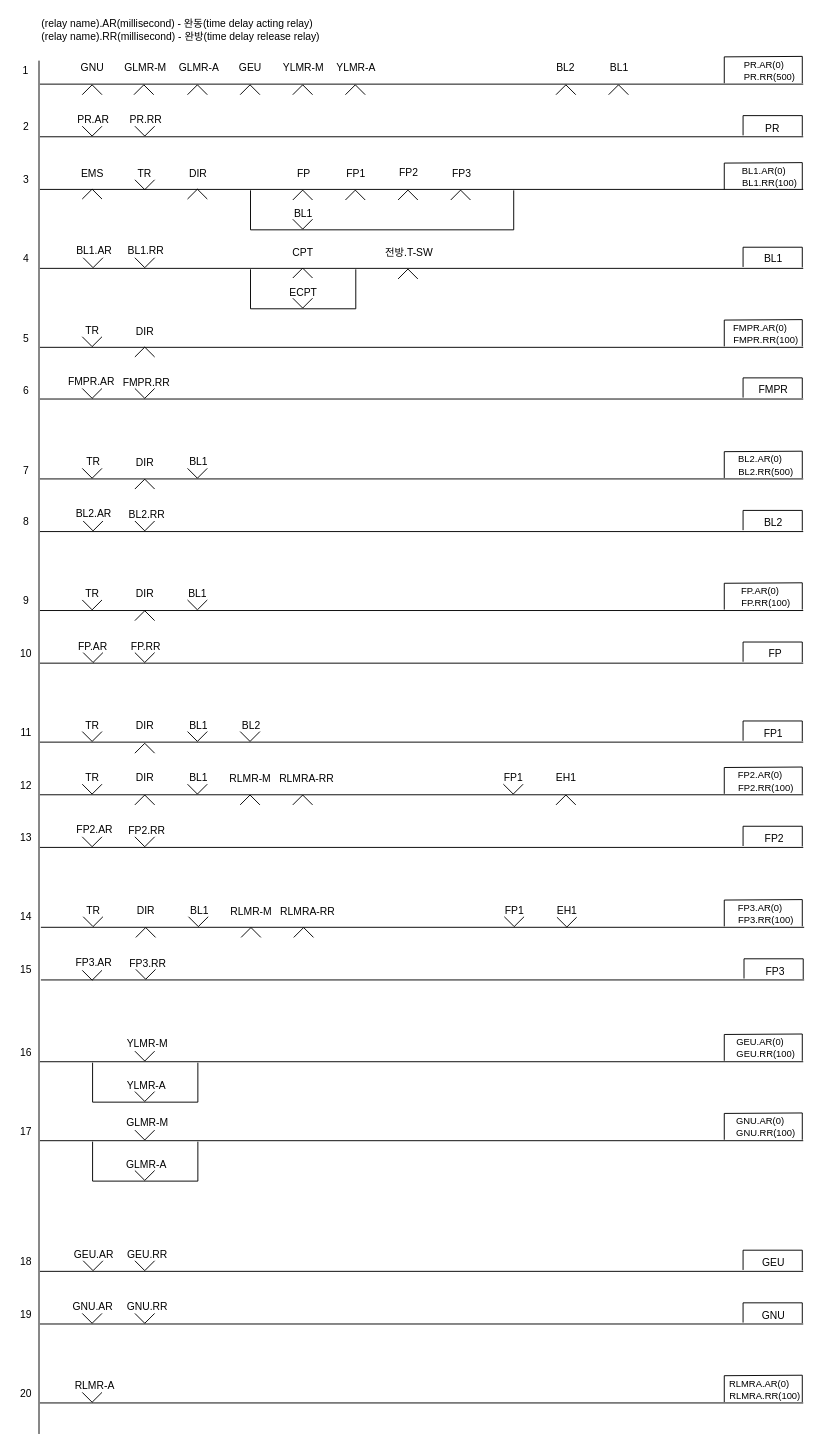
This is page "신호제어로직(최종)" (1 of 8) of Signal/33Display-Signal-Control-Logic.drawio from chillin2/MyDraw.io, a draw.io file, before an edit. Source tidied: cells renumbered, new cells numbered last; positions are measured from the earlier drawing's top-left corner, leaving out a move shared by most shapes. Both pictures are drawn from the tidied source at 94%, with x=0, y=0 at pixel (16, 16).
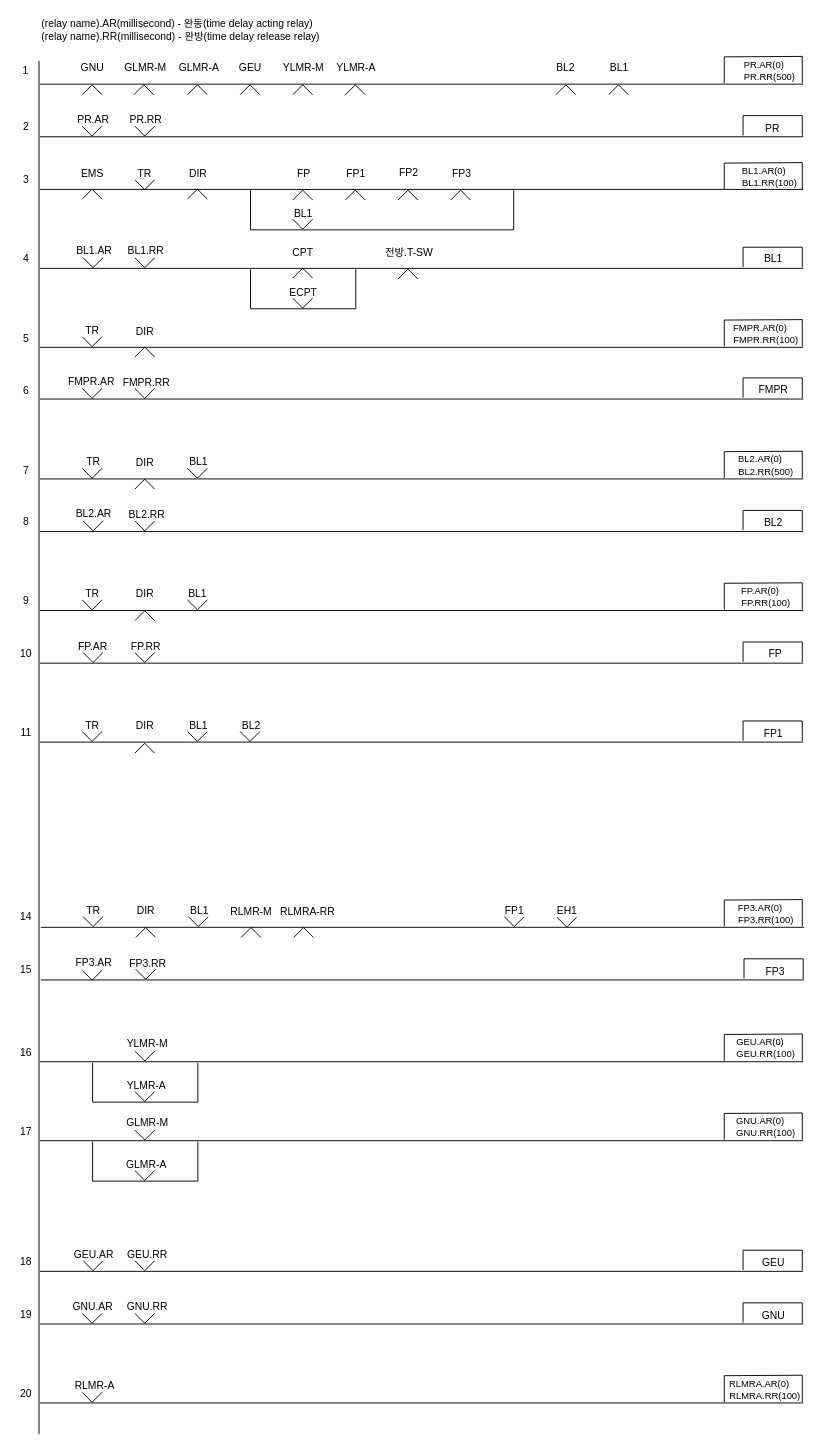
Above is the later version.

Change to the diagram source:
```diff
@@
-    <mxCell id="52" value="TR" style="text;html=1;strokeColor=none;fillColor=none;align=center;verticalAlign=middle;whiteSpace=wrap;rounded=0;fontFamily=Helvetica;fontSize=11;fontColor=default;" parent="1" vertex="1">
-      <mxGeometry x="61" y="805" width="40" height="9" as="geometry" />
-    </mxCell>
-    <mxCell id="53" value="DIR" style="text;html=1;strokeColor=none;fillColor=none;align=center;verticalAlign=middle;whiteSpace=wrap;rounded=0;fontFamily=Helvetica;fontSize=11;fontColor=default;" parent="1" vertex="1">
-      <mxGeometry x="117" y="806" width="40" height="8" as="geometry" />
-    </mxCell>
-    <mxCell id="54" value="FP2.RR" style="text;html=1;strokeColor=none;fillColor=none;align=center;verticalAlign=middle;whiteSpace=wrap;rounded=0;fontFamily=Helvetica;fontSize=11;fontColor=default;" parent="1" vertex="1">
-      <mxGeometry x="119" y="861" width="40" height="9" as="geometry" />
-    </mxCell>
-    <mxCell id="55" value="FP2" style="text;html=1;strokeColor=none;fillColor=none;align=center;verticalAlign=middle;whiteSpace=wrap;rounded=0;fontFamily=Helvetica;fontSize=11;fontColor=default;" parent="1" vertex="1">
-      <mxGeometry x="783" y="868" width="47" height="13" as="geometry" />
-    </mxCell>
-    <mxCell id="56" value="FP2.AR" style="text;html=1;strokeColor=none;fillColor=none;align=center;verticalAlign=middle;whiteSpace=wrap;rounded=0;fontFamily=Helvetica;fontSize=11;fontColor=default;" parent="1" vertex="1">
-      <mxGeometry x="60" y="861" width="47" height="8" as="geometry" />
-    </mxCell>
-    <mxCell id="57" value="BL1" style="text;html=1;strokeColor=none;fillColor=none;align=center;verticalAlign=middle;whiteSpace=wrap;rounded=0;fontFamily=Helvetica;fontSize=11;fontColor=default;" parent="1" vertex="1">
-      <mxGeometry x="174" y="805" width="40" height="10" as="geometry" />
-    </mxCell>
-    <mxCell id="58" value="RLMR-M" style="text;html=1;strokeColor=none;fillColor=none;align=center;verticalAlign=middle;whiteSpace=wrap;rounded=0;fontFamily=Helvetica;fontSize=11;fontColor=default;" parent="1" vertex="1">
-      <mxGeometry x="223" y="806" width="52" height="9" as="geometry" />
-    </mxCell>
-    <mxCell id="59" value="RLMRA-RR" style="text;html=1;strokeColor=none;fillColor=none;align=center;verticalAlign=middle;whiteSpace=wrap;rounded=0;fontFamily=Helvetica;fontSize=11;fontColor=default;" parent="1" vertex="1">
-      <mxGeometry x="275" y="806" width="68" height="9" as="geometry" />
-    </mxCell>
-    <mxCell id="60" value="FP1" style="text;html=1;strokeColor=none;fillColor=none;align=center;verticalAlign=middle;whiteSpace=wrap;rounded=0;fontFamily=Helvetica;fontSize=11;fontColor=default;" parent="1" vertex="1">
-      <mxGeometry x="509" y="805" width="40" height="9" as="geometry" />
-    </mxCell>
-    <mxCell id="61" value="EH1" style="text;html=1;strokeColor=none;fillColor=none;align=center;verticalAlign=middle;whiteSpace=wrap;rounded=0;fontFamily=Helvetica;fontSize=11;fontColor=default;" parent="1" vertex="1">
-      <mxGeometry x="565" y="806" width="40" height="8" as="geometry" />
-    </mxCell>
@@
-    <mxCell id="121" style="endArrow=none;html=1;rounded=0;" parent="1" edge="1">
-      <mxGeometry relative="1" as="geometry">
-        <mxPoint x="25" y="828" as="sourcePoint" />
-        <mxPoint x="837" y="828" as="targetPoint" />
-      </mxGeometry>
-    </mxCell>
-    <mxCell id="122" style="verticalLabelPosition=bottom;html=1;verticalAlign=top;align=center;shape=mxgraph.floorplan.windowBow;strokeWidth=1;fontSize=11;direction=east;" parent="1" vertex="1">
-      <mxGeometry x="70" y="816.5" width="21" height="11" as="geometry" />
-    </mxCell>
-    <mxCell id="123" style="verticalLabelPosition=bottom;html=1;verticalAlign=top;align=center;shape=mxgraph.floorplan.windowBow;strokeWidth=1;fontSize=11;direction=west;" parent="1" vertex="1">
-      <mxGeometry x="126" y="828" width="21" height="11" as="geometry" />
-    </mxCell>
-    <mxCell id="124" style="verticalLabelPosition=bottom;html=1;verticalAlign=top;align=center;shape=mxgraph.floorplan.windowBow;strokeWidth=1;fontSize=11;direction=east;" parent="1" vertex="1">
-      <mxGeometry x="182" y="816.5" width="21" height="11" as="geometry" />
-    </mxCell>
-    <mxCell id="125" style="verticalLabelPosition=bottom;html=1;verticalAlign=top;align=center;shape=mxgraph.floorplan.windowBow;strokeWidth=1;fontSize=11;direction=west;" parent="1" vertex="1">
-      <mxGeometry x="238" y="828" width="21" height="11" as="geometry" />
-    </mxCell>
-    <mxCell id="126" style="verticalLabelPosition=bottom;html=1;verticalAlign=top;align=center;shape=mxgraph.floorplan.windowBow;strokeWidth=1;fontSize=11;direction=west;" parent="1" vertex="1">
-      <mxGeometry x="294" y="828" width="21" height="11" as="geometry" />
-    </mxCell>
-    <mxCell id="127" style="verticalLabelPosition=bottom;html=1;verticalAlign=top;align=center;shape=mxgraph.floorplan.windowBow;strokeWidth=1;fontSize=11;direction=east;" parent="1" vertex="1">
-      <mxGeometry x="518" y="816.5" width="21" height="11" as="geometry" />
-    </mxCell>
-    <mxCell id="128" style="verticalLabelPosition=bottom;html=1;verticalAlign=top;align=center;shape=mxgraph.floorplan.windowBow;strokeWidth=1;fontSize=11;direction=west;" parent="1" vertex="1">
-      <mxGeometry x="574" y="828" width="21" height="11" as="geometry" />
-    </mxCell>
-    <mxCell id="129" style="endArrow=none;html=1;rounded=0;" parent="1" edge="1">
-      <mxGeometry relative="1" as="geometry">
-        <mxPoint x="25" y="884" as="sourcePoint" />
-        <mxPoint x="837" y="884" as="targetPoint" />
-      </mxGeometry>
-    </mxCell>
-    <mxCell id="130" style="endArrow=none;html=1;rounded=0;labelBackgroundColor=default;fontFamily=Helvetica;fontSize=11;fontColor=default;startSize=3;endSize=3;sourcePerimeterSpacing=0;strokeColor=default;shape=connector;jumpStyle=none;jumpSize=6;" parent="1" edge="1">
-      <mxGeometry relative="1" as="geometry">
-        <mxPoint x="773" y="882.5" as="sourcePoint" />
-        <mxPoint x="836" y="883" as="targetPoint" />
-        <Array as="points">
-          <mxPoint x="773" y="861.5" />
-          <mxPoint x="836" y="861.5" />
-        </Array>
-      </mxGeometry>
-    </mxCell>
-    <mxCell id="131" style="verticalLabelPosition=bottom;html=1;verticalAlign=top;align=center;shape=mxgraph.floorplan.windowBow;strokeWidth=1;fontSize=11;direction=east;" parent="1" vertex="1">
-      <mxGeometry x="126" y="872.5" width="21" height="11" as="geometry" />
-    </mxCell>
-    <mxCell id="132" style="verticalLabelPosition=bottom;html=1;verticalAlign=top;align=center;shape=mxgraph.floorplan.windowBow;strokeWidth=1;fontSize=11;direction=east;" parent="1" vertex="1">
-      <mxGeometry x="70" y="872.5" width="21" height="11" as="geometry" />
-    </mxCell>
@@
-    <mxCell id="192" value="12" style="text;html=1;strokeColor=none;fillColor=none;align=center;verticalAlign=middle;whiteSpace=wrap;rounded=0;fontFamily=Helvetica;fontSize=11;fontColor=default;" parent="1" vertex="1">
-      <mxGeometry y="810" width="21" height="16" as="geometry" />
-    </mxCell>
-    <mxCell id="193" value="13" style="text;html=1;strokeColor=none;fillColor=none;align=center;verticalAlign=middle;whiteSpace=wrap;rounded=0;fontFamily=Helvetica;fontSize=11;fontColor=default;" parent="1" vertex="1">
-      <mxGeometry y="866" width="21" height="16" as="geometry" />
-    </mxCell>
@@
-    <mxCell id="219" value="&lt;font style=&quot;font-size: 10px;&quot;&gt;FP2.AR(0)&lt;/font&gt;" style="text;html=1;strokeColor=none;fillColor=none;align=center;verticalAlign=middle;whiteSpace=wrap;rounded=0;fontFamily=Helvetica;fontSize=11;fontColor=default;" parent="1" vertex="1">
-      <mxGeometry x="768" y="801" width="47" height="12" as="geometry" />
-    </mxCell>
-    <mxCell id="220" style="endArrow=none;html=1;rounded=0;labelBackgroundColor=default;fontFamily=Helvetica;fontSize=11;fontColor=default;startSize=3;endSize=3;sourcePerimeterSpacing=0;strokeColor=default;shape=connector;jumpStyle=none;jumpSize=6;" parent="1" edge="1">
-      <mxGeometry relative="1" as="geometry">
-        <mxPoint x="753" y="827" as="sourcePoint" />
-        <mxPoint x="836" y="827" as="targetPoint" />
-        <Array as="points">
-          <mxPoint x="753" y="799" />
-          <mxPoint x="836" y="798.5" />
-        </Array>
-      </mxGeometry>
-    </mxCell>
-    <mxCell id="221" value="&lt;font style=&quot;font-size: 10px;&quot;&gt;FP2.RR(100)&lt;/font&gt;" style="text;html=1;strokeColor=none;fillColor=none;align=center;verticalAlign=middle;whiteSpace=wrap;rounded=0;fontFamily=Helvetica;fontSize=11;fontColor=default;" parent="1" vertex="1">
-      <mxGeometry x="774" y="814" width="47" height="12" as="geometry" />
-    </mxCell>
```
